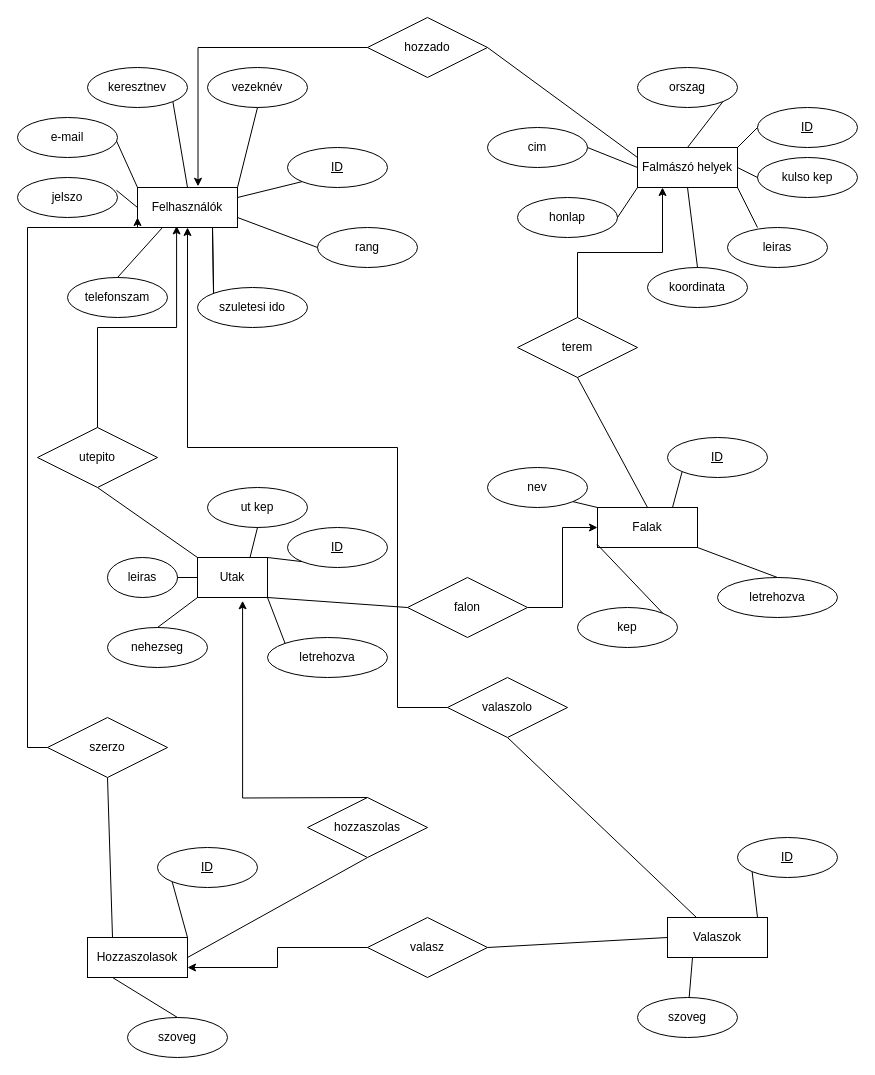
Above: docs/db diagram/falmaszasdb_ek.drawio in meszarosmarton1007/szakdolgozatFalmaszas (draw.io), before the change. Source tidied: cells renumbered, new cells numbered last; positions are measured from the earlier drawing's top-left corner, leaving out a move shared by most shapes. Both pictures are drawn from the tidied source at 100%, with x=0, y=0 at pixel (17, 17).
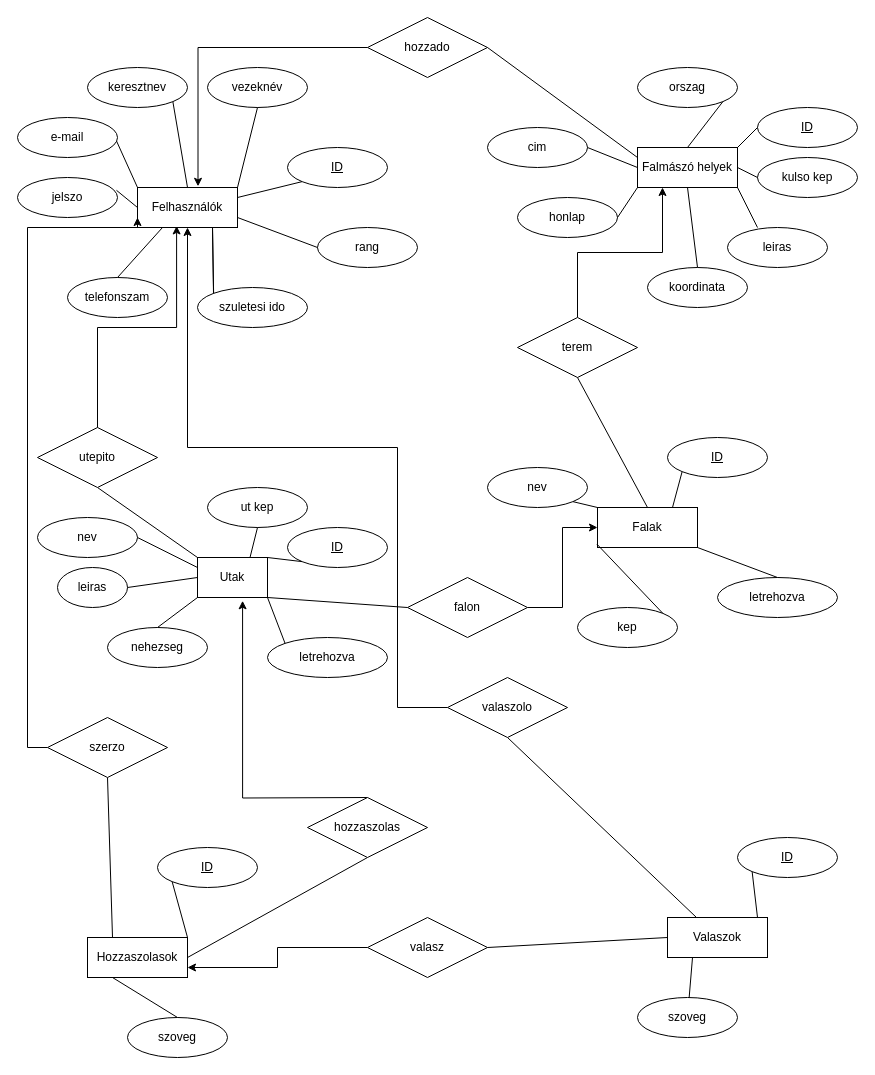
After the change.

Commit message (it also covers changes not shown here):
Utnév hozzáadása

The change refers to these unchanged cells:
```xml
<mxCell id="26" value="Utak" style="whiteSpace=wrap;html=1;align=center;" parent="1" vertex="1">
  <mxGeometry x="180" y="540" width="70" height="40" as="geometry" />
</mxCell>
```

Change to the diagram source:
```diff
@@
     <mxCell id="29" value="leiras" style="ellipse;whiteSpace=wrap;html=1;align=center;" parent="1" vertex="1">
-      <mxGeometry x="90" y="540" width="70" height="40" as="geometry" />
+      <mxGeometry x="40" y="550" width="70" height="40" as="geometry" />
     </mxCell>
@@
+    <mxCell id="89" value="nev" style="ellipse;whiteSpace=wrap;html=1;align=center;" parent="1" vertex="1">
+      <mxGeometry x="20" y="500" width="100" height="40" as="geometry" />
+    </mxCell>
+    <mxCell id="90" style="endArrow=none;html=1;rounded=0;exitX=0;exitY=0.25;exitDx=0;exitDy=0;entryX=1;entryY=0.5;entryDx=0;entryDy=0;" parent="1" edge="1" source="26" target="89">
+      <mxGeometry relative="1" as="geometry" />
+    </mxCell>
```
